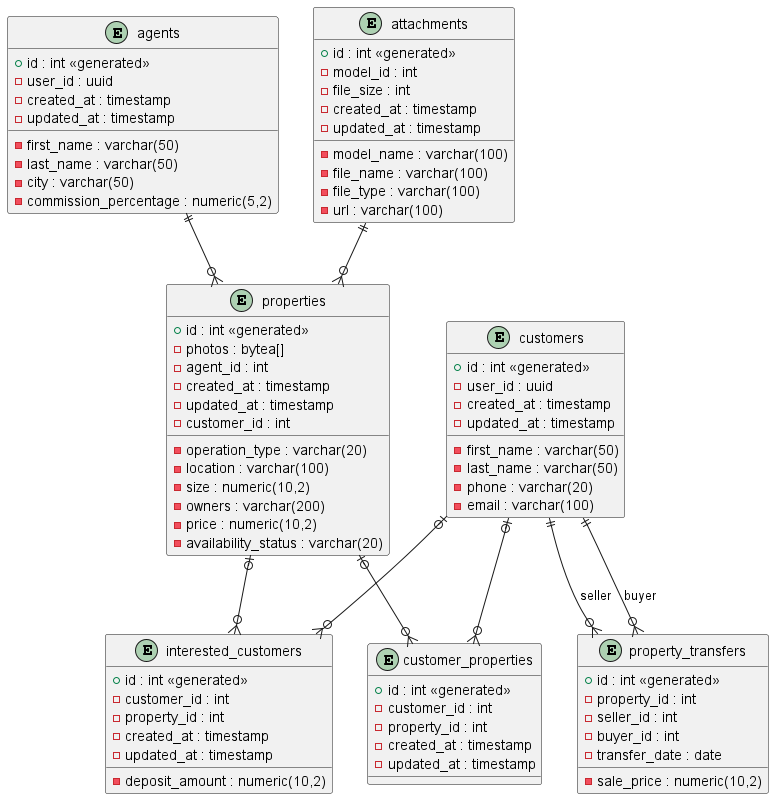
drkpkg/tua_casa keeps this PlantUML diagram as db/entity_relation.png. Above is the earlier version.
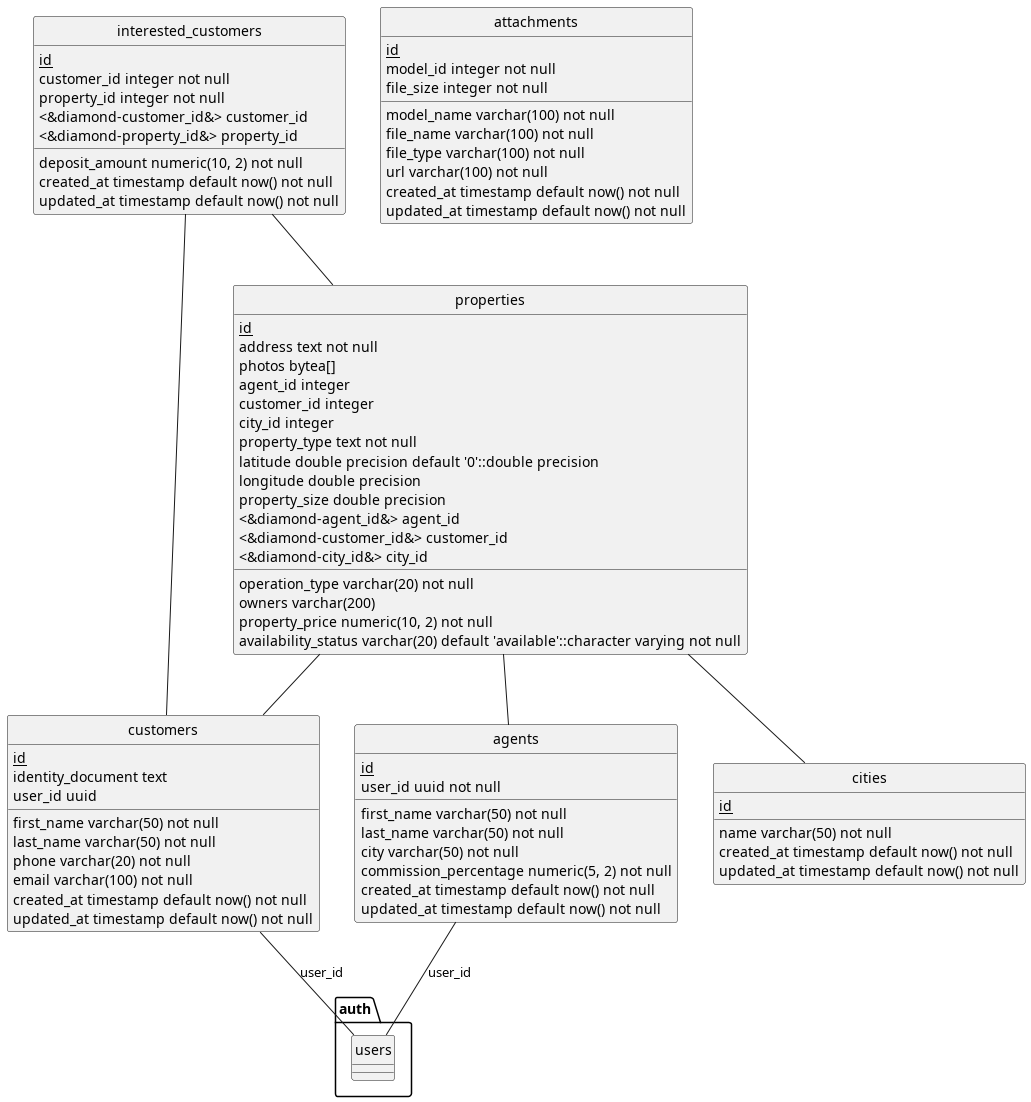
Later version of the same file.

Commit message:
uml and relational model added

Change to the diagram source:
```diff
@@ -1,91 +1,88 @@
 @startuml
+!define table(x) class x << (T,#FFAAAA) >>
+!define primary_key(x) <u>x</u>
+!define foreign_key(x) <&diamond-x&> x
 
-!define ENTITY_ATTRIBUTES
-!define ENTITY_PRIMARY_KEY
-!define ENTITY_FOREIGN_KEY
+hide circle
 
-entity "customers" {
-    +id : int <<generated>>
-    -first_name : varchar(50)
-    -last_name : varchar(50)
-    -phone : varchar(20)
-    -email : varchar(100)
-    -user_id : uuid
-    -created_at : timestamp
-    -updated_at : timestamp
+table(customers) {
+  primary_key(id)
+  first_name varchar(50) not null
+  last_name varchar(50) not null
+  phone varchar(20) not null
+  email varchar(100) not null
+  identity_document text
+  user_id uuid
+  created_at timestamp default now() not null
+  updated_at timestamp default now() not null
 }
 
-entity "agents" {
-    +id : int <<generated>>
-    -first_name : varchar(50)
-    -last_name : varchar(50)
-    -city : varchar(50)
-    -commission_percentage : numeric(5,2)
-    -user_id : uuid
-    -created_at : timestamp
-    -updated_at : timestamp
+table(agents) {
+  primary_key(id)
+  first_name varchar(50) not null
+  last_name varchar(50) not null
+  city varchar(50) not null
+  commission_percentage numeric(5, 2) not null
+  user_id uuid not null
+  created_at timestamp default now() not null
+  updated_at timestamp default now() not null
 }
 
-entity "properties" {
-    +id : int <<generated>>
-    -operation_type : varchar(20)
-    -location : varchar(100)
-    -size : numeric(10,2)
-    -photos : bytea[]
-    -owners : varchar(200)
-    -price : numeric(10,2)
-    -availability_status : varchar(20)
-    -agent_id : int
-    -created_at : timestamp
-    -updated_at : timestamp
-    -customer_id : int
+table(attachments) {
+  primary_key(id)
+  model_name varchar(100) not null
+  model_id integer not null
+  file_name varchar(100) not null
+  file_type varchar(100) not null
+  file_size integer not null
+  url varchar(100) not null
+  created_at timestamp default now() not null
+  updated_at timestamp default now() not null
 }
 
-entity "interested_customers" {
-    +id : int <<generated>>
-    -customer_id : int
-    -property_id : int
-    -deposit_amount : numeric(10,2)
-    -created_at : timestamp
-    -updated_at : timestamp
+table(cities) {
+  primary_key(id)
+  name varchar(50) not null
+  created_at timestamp default now() not null
+  updated_at timestamp default now() not null
 }
 
-entity "customer_properties" {
-    +id : int <<generated>>
-    -customer_id : int
-    -property_id : int
-    -created_at : timestamp
-    -updated_at : timestamp
+table(properties) {
+  primary_key(id)
+  operation_type varchar(20) not null
+  address text not null
+  photos bytea[]
+  owners varchar(200)
+  property_price numeric(10, 2) not null
+  availability_status varchar(20) default 'available'::character varying not null
+  agent_id integer
+  customer_id integer
+  city_id integer
+  property_type text not null
+  latitude double precision default '0'::double precision
+  longitude double precision
+  property_size double precision
+  foreign_key(agent_id)
+  foreign_key(customer_id)
+  foreign_key(city_id)
 }
 
-entity "property_transfers" {
-    +id : int <<generated>>
-    -property_id : int
-    -seller_id : int
-    -buyer_id : int
-    -transfer_date : date
-    -sale_price : numeric(10,2)
+table(interested_customers) {
+  primary_key(id)
+  customer_id integer not null
+  property_id integer not null
+  deposit_amount numeric(10, 2) not null
+  created_at timestamp default now() not null
+  updated_at timestamp default now() not null
+  foreign_key(customer_id)
+  foreign_key(property_id)
 }
 
-entity "attachments" {
-    +id : int <<generated>>
-    -model_name : varchar(100)
-    -model_id : int
-    -file_name : varchar(100)
-    -file_type : varchar(100)
-    -file_size : int
-    -url : varchar(100)
-    -created_at : timestamp
-    -updated_at : timestamp
-}
-
-customers |o--o{ interested_customers
-customers |o--o{ customer_properties
-properties |o--o{ interested_customers
-properties |o--o{ customer_properties
-agents ||--o{ properties
-customers ||--o{ property_transfers : seller
-customers ||--o{ property_transfers : buyer
-attachments ||--o{ properties
-
+properties -- agents
+properties -- customers
+properties -- cities
+interested_customers -- customers
+interested_customers -- properties
+customers -- auth.users : user_id
+agents -- auth.users : user_id
 @enduml
```
